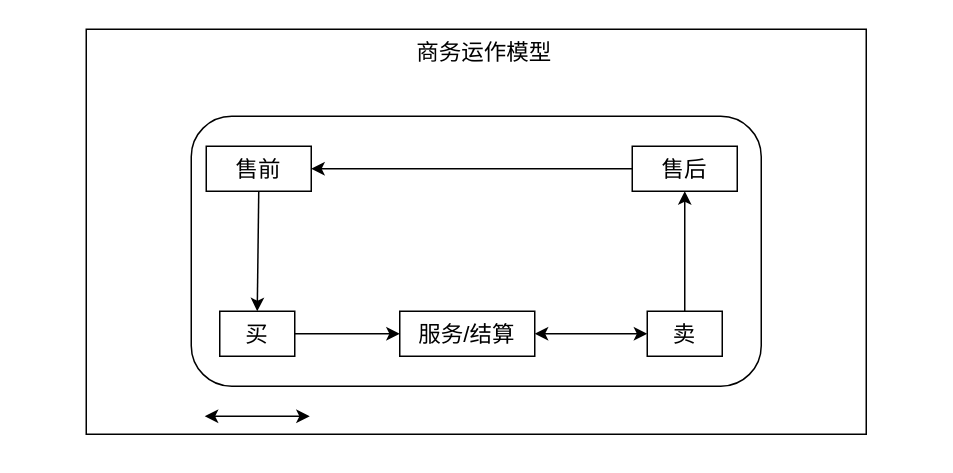
luoyongshun/framework keeps this draw.io diagram as cloudbirds/未命名绘图.drawio. Above is the earlier version. Source tidied: cells renumbered, new cells numbered last; positions are measured from the earlier drawing's top-left corner, leaving out a move shared by most shapes. Both pictures are drawn from the tidied source at 150%, with x=0, y=0 at pixel (86, 28).
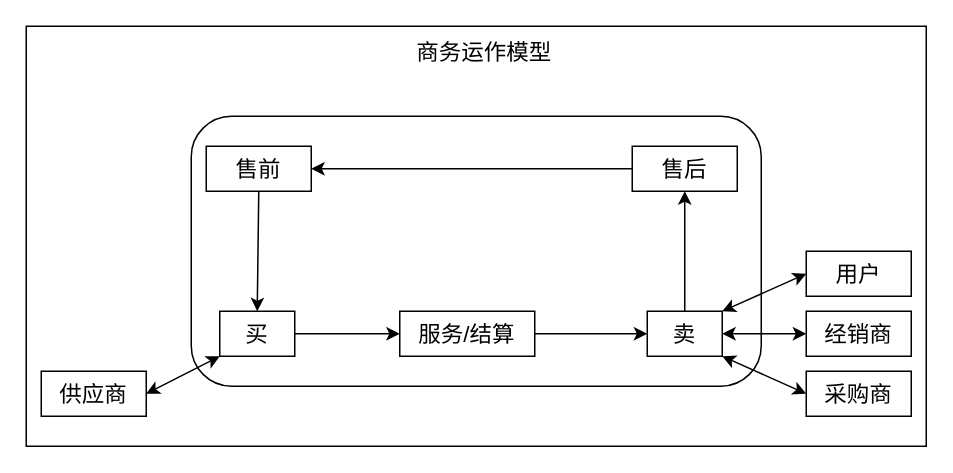
After the change.

Commit message (it also covers changes not shown here):
商务运作模型.drawio

Unchanged cells that the change refers to:
```xml
<mxCell id="7" value="买" style="rounded=0;whiteSpace=wrap;html=1;fontSize=15;" parent="1" vertex="1">
  <mxGeometry x="89" y="188" width="50" height="30" as="geometry" />
</mxCell>
<mxCell id="8" value="卖" style="rounded=0;whiteSpace=wrap;html=1;fontSize=15;" parent="1" vertex="1">
  <mxGeometry x="374" y="188" width="50" height="30" as="geometry" />
</mxCell>
<mxCell id="9" value="服务/结算" style="rounded=0;whiteSpace=wrap;html=1;fontSize=15;" parent="1" vertex="1">
  <mxGeometry x="209" y="188" width="90" height="30" as="geometry" />
</mxCell>
```

The edit, as a diff of the source:
```diff
@@
     <mxCell id="2" style="rounded=0;whiteSpace=wrap;html=1;" parent="1" vertex="1">
-      <mxGeometry width="520" height="270" as="geometry" />
+      <mxGeometry x="-40" y="-2" width="600" height="280" as="geometry" />
     </mxCell>
@@
-    <mxCell id="10" style="endArrow=classic;startArrow=classic;html=1;rounded=0;fontSize=15;exitX=1;exitY=0.5;exitDx=0;exitDy=0;entryX=0;entryY=0.5;entryDx=0;entryDy=0;" parent="1" edge="1" source="9" target="8">
-      <mxGeometry relative="1" as="geometry" />
-    </mxCell>
@@
-    <mxCell id="14" style="endArrow=classic;startArrow=classic;html=1;rounded=0;fontSize=15;exitX=1;exitY=0.5;exitDx=0;exitDy=0;entryX=0;entryY=0.5;entryDx=0;entryDy=0;" parent="1" edge="1">
-      <mxGeometry relative="1" as="geometry">
-        <mxPoint x="79" y="258" as="sourcePoint" />
-        <mxPoint x="149" y="258" as="targetPoint" />
-      </mxGeometry>
+    <mxCell id="14" style="endArrow=classic;startArrow=classic;html=1;rounded=0;fontSize=15;entryX=0;entryY=1;entryDx=0;entryDy=0;exitX=1;exitY=0.5;exitDx=0;exitDy=0;" parent="1" edge="1" source="17" target="7">
+      <mxGeometry relative="1" as="geometry" />
     </mxCell>
@@
+    <mxCell id="16" style="endArrow=classic;startArrow=classic;html=1;rounded=0;fontSize=15;entryX=0;entryY=0.5;entryDx=0;entryDy=0;exitX=1;exitY=1;exitDx=0;exitDy=0;" parent="1" edge="1" source="8" target="18">
+      <mxGeometry relative="1" as="geometry" />
+    </mxCell>
+    <mxCell id="10" style="endArrow=classic;html=1;rounded=0;fontSize=15;entryX=0;entryY=0.5;entryDx=0;entryDy=0;" parent="1" edge="1" source="9" target="8">
+      <mxGeometry relative="1" as="geometry" />
+    </mxCell>
+    <mxCell id="17" value="供应商" style="rounded=0;whiteSpace=wrap;html=1;fontSize=15;" parent="1" vertex="1">
+      <mxGeometry x="-30" y="228" width="70" height="30" as="geometry" />
+    </mxCell>
+    <mxCell id="18" value="采购商" style="rounded=0;whiteSpace=wrap;html=1;fontSize=15;" parent="1" vertex="1">
+      <mxGeometry x="480" y="228" width="70" height="30" as="geometry" />
+    </mxCell>
+    <mxCell id="19" value="经销商" style="rounded=0;whiteSpace=wrap;html=1;fontSize=15;" parent="1" vertex="1">
+      <mxGeometry x="480" y="188" width="70" height="30" as="geometry" />
+    </mxCell>
+    <mxCell id="20" value="用户" style="rounded=0;whiteSpace=wrap;html=1;fontSize=15;" parent="1" vertex="1">
+      <mxGeometry x="480" y="148" width="70" height="30" as="geometry" />
+    </mxCell>
+    <mxCell id="21" style="endArrow=classic;startArrow=classic;html=1;rounded=0;fontSize=15;entryX=0;entryY=0.5;entryDx=0;entryDy=0;exitX=1;exitY=0.5;exitDx=0;exitDy=0;" parent="1" edge="1" source="8" target="19">
+      <mxGeometry relative="1" as="geometry" />
+    </mxCell>
+    <mxCell id="22" style="endArrow=classic;startArrow=classic;html=1;rounded=0;fontSize=15;entryX=0;entryY=0.5;entryDx=0;entryDy=0;exitX=1;exitY=0;exitDx=0;exitDy=0;" parent="1" edge="1" source="8" target="20">
+      <mxGeometry relative="1" as="geometry" />
+    </mxCell>
```
